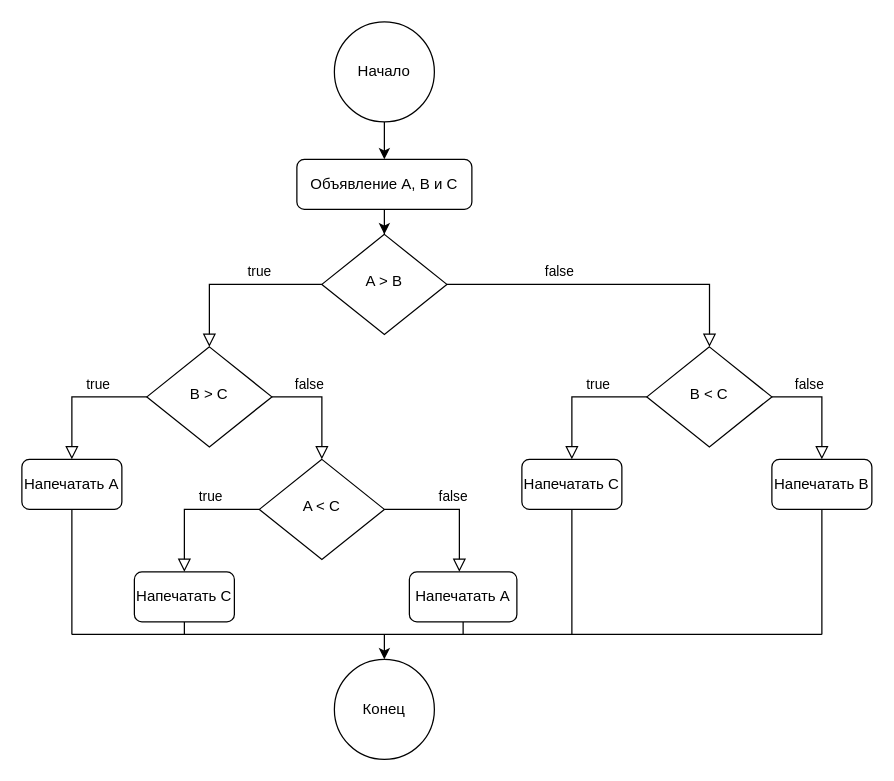
Earlier version of the draw.io diagram Untitled Diagram.drawio (Skafishka/job4j_elementary). Source tidied: cells renumbered, new cells numbered last; positions are measured from the earlier drawing's top-left corner, leaving out a move shared by most shapes. Both pictures are drawn from the tidied source at 125%, with x=0, y=0 at pixel (21, 21).
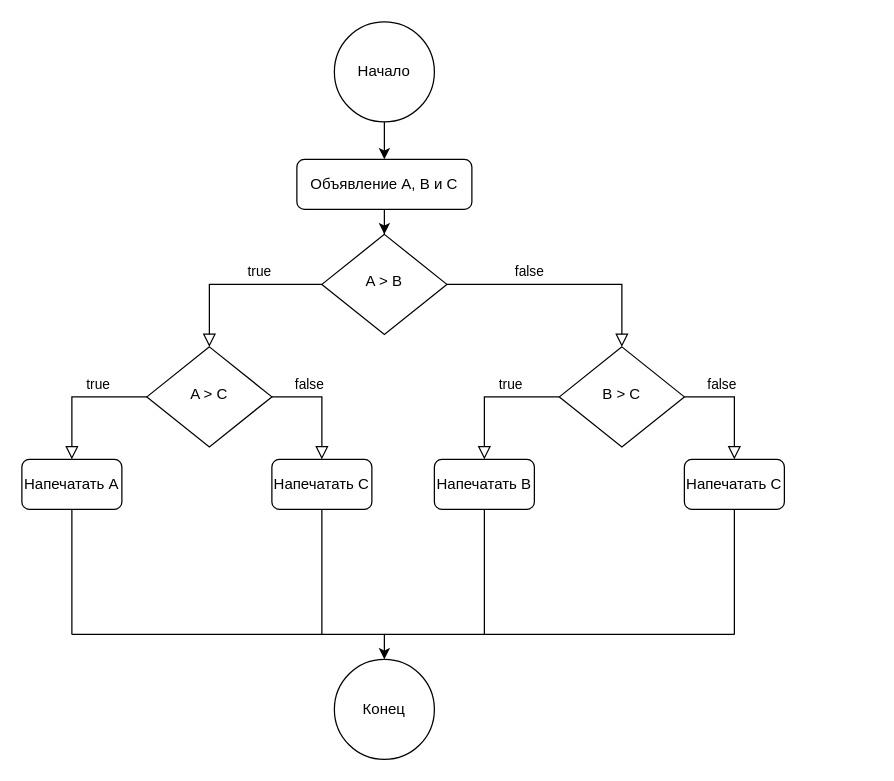
The same page after the edit.

The change refers to these unchanged cells:
```xml
<mxCell id="5" value="A &amp;gt; B" style="rhombus;whiteSpace=wrap;html=1;shadow=0;fontFamily=Helvetica;fontSize=12;align=center;strokeWidth=1;spacing=6;spacingTop=-4;" parent="1" vertex="1">
  <mxGeometry x="240" y="170" width="100" height="80" as="geometry" />
</mxCell>
```

Change to the diagram source:
```diff
@@
     <mxCell id="4" value="false" style="edgeStyle=orthogonalEdgeStyle;rounded=0;html=1;jettySize=auto;fontSize=11;endArrow=block;endFill=0;endSize=8;strokeWidth=1;shadow=0;labelBackgroundColor=none;exitX=1;exitY=0.5;exitDx=0;exitDy=0;" parent="1" edge="1" source="5">
       <mxGeometry x="-0.31" y="10" relative="1" as="geometry">
-        <mxPoint x="550.1" y="260" as="targetPoint" />
+        <mxPoint x="480" y="260" as="targetPoint" />
         <Array as="points">
-          <mxPoint x="550" y="210" />
+          <mxPoint x="480" y="210" />
+          <mxPoint x="480" y="260" />
         </Array>
       </mxGeometry>
     </mxCell>
@@
-    <mxCell id="6" value="false" style="edgeStyle=orthogonalEdgeStyle;rounded=0;html=1;jettySize=auto;fontSize=11;endArrow=block;endFill=0;endSize=8;strokeWidth=1;shadow=0;labelBackgroundColor=none;" parent="1" edge="1" source="7" target="8">
-      <mxGeometry y="10" relative="1" as="geometry">
-        <Array as="points">
-          <mxPoint x="350" y="390" />
-        </Array>
-      </mxGeometry>
-    </mxCell>
-    <mxCell id="7" value="A &amp;lt; C" style="rhombus;whiteSpace=wrap;html=1;shadow=0;fontFamily=Helvetica;fontSize=12;align=center;strokeWidth=1;spacing=6;spacingTop=-4;" parent="1" vertex="1">
-      <mxGeometry x="190" y="350" width="100" height="80" as="geometry" />
-    </mxCell>
-    <mxCell id="8" value="Напечатать А" style="rounded=1;whiteSpace=wrap;html=1;fontSize=12;glass=0;strokeWidth=1;shadow=0;" parent="1" vertex="1">
-      <mxGeometry x="310" y="440" width="86" height="40" as="geometry" />
-    </mxCell>
@@
-    <mxCell id="13" value="B &amp;lt; C" style="rhombus;whiteSpace=wrap;html=1;shadow=0;fontFamily=Helvetica;fontSize=12;align=center;strokeWidth=1;spacing=6;spacingTop=-4;" parent="1" vertex="1">
-      <mxGeometry x="500" y="260" width="100" height="80" as="geometry" />
+    <mxCell id="13" value="B &amp;gt; C" style="rhombus;whiteSpace=wrap;html=1;shadow=0;fontFamily=Helvetica;fontSize=12;align=center;strokeWidth=1;spacing=6;spacingTop=-4;" parent="1" vertex="1">
+      <mxGeometry x="430" y="260" width="100" height="80" as="geometry" />
     </mxCell>
-    <mxCell id="14" value="B &amp;gt; C" style="rhombus;whiteSpace=wrap;html=1;shadow=0;fontFamily=Helvetica;fontSize=12;align=center;strokeWidth=1;spacing=6;spacingTop=-4;" parent="1" vertex="1">
+    <mxCell id="14" value="A &amp;gt; C" style="rhombus;whiteSpace=wrap;html=1;shadow=0;fontFamily=Helvetica;fontSize=12;align=center;strokeWidth=1;spacing=6;spacingTop=-4;" parent="1" vertex="1">
       <mxGeometry x="100" y="260" width="100" height="80" as="geometry" />
     </mxCell>
@@
     <mxCell id="17" value="Напечатать C" style="rounded=1;whiteSpace=wrap;html=1;fontSize=12;glass=0;strokeWidth=1;shadow=0;" parent="1" vertex="1">
-      <mxGeometry x="90" y="440" width="80" height="40" as="geometry" />
+      <mxGeometry x="200" y="350" width="80" height="40" as="geometry" />
     </mxCell>
-    <mxCell id="18" value="true" style="edgeStyle=orthogonalEdgeStyle;rounded=0;html=1;jettySize=auto;orthogonalLoop=1;fontSize=11;endArrow=block;endFill=0;endSize=8;strokeWidth=1;shadow=0;labelBackgroundColor=none;" parent="1" edge="1">
-      <mxGeometry x="-0.29" y="-10" relative="1" as="geometry">
-        <mxPoint x="190" y="390" as="sourcePoint" />
-        <mxPoint x="130" y="440" as="targetPoint" />
-        <Array as="points">
-          <mxPoint x="130" y="390" />
-          <mxPoint x="130" y="440" />
-        </Array>
-      </mxGeometry>
-    </mxCell>
@@
     <mxCell id="20" value="true" style="edgeStyle=orthogonalEdgeStyle;rounded=0;html=1;jettySize=auto;orthogonalLoop=1;fontSize=11;endArrow=block;endFill=0;endSize=8;strokeWidth=1;shadow=0;labelBackgroundColor=none;" parent="1" edge="1">
       <mxGeometry x="-0.29" y="-10" relative="1" as="geometry">
-        <mxPoint x="500" y="300" as="sourcePoint" />
-        <mxPoint x="440" y="350" as="targetPoint" />
+        <mxPoint x="430" y="300" as="sourcePoint" />
+        <mxPoint x="370" y="350" as="targetPoint" />
         <Array as="points">
-          <mxPoint x="440" y="300" />
-          <mxPoint x="440" y="350" />
+          <mxPoint x="370" y="300" />
+          <mxPoint x="370" y="350" />
         </Array>
       </mxGeometry>
     </mxCell>
     <mxCell id="21" value="false" style="edgeStyle=orthogonalEdgeStyle;rounded=0;html=1;jettySize=auto;orthogonalLoop=1;fontSize=11;endArrow=block;endFill=0;endSize=8;strokeWidth=1;shadow=0;labelBackgroundColor=none;" parent="1" edge="1">
       <mxGeometry x="-0.33" y="10" relative="1" as="geometry">
-        <mxPoint x="600" y="300" as="sourcePoint" />
-        <mxPoint x="640" y="350" as="targetPoint" />
+        <mxPoint x="530" y="300" as="sourcePoint" />
+        <mxPoint x="570" y="350" as="targetPoint" />
         <Array as="points">
-          <mxPoint x="600" y="300" />
-          <mxPoint x="640" y="300" />
+          <mxPoint x="530" y="300" />
+          <mxPoint x="570" y="300" />
         </Array>
       </mxGeometry>
     </mxCell>
-    <mxCell id="22" value="Напечатать C" style="rounded=1;whiteSpace=wrap;html=1;fontSize=12;glass=0;strokeWidth=1;shadow=0;" parent="1" vertex="1">
-      <mxGeometry x="400" y="350" width="80" height="40" as="geometry" />
+    <mxCell id="22" value="Напечатать B" style="rounded=1;whiteSpace=wrap;html=1;fontSize=12;glass=0;strokeWidth=1;shadow=0;" parent="1" vertex="1">
+      <mxGeometry x="330" y="350" width="80" height="40" as="geometry" />
     </mxCell>
-    <mxCell id="23" value="Напечатать В" style="rounded=1;whiteSpace=wrap;html=1;fontSize=12;glass=0;strokeWidth=1;shadow=0;" parent="1" vertex="1">
-      <mxGeometry x="600" y="350" width="80" height="40" as="geometry" />
+    <mxCell id="23" value="Напечатать C" style="rounded=1;whiteSpace=wrap;html=1;fontSize=12;glass=0;strokeWidth=1;shadow=0;" parent="1" vertex="1">
+      <mxGeometry x="530" y="350" width="80" height="40" as="geometry" />
     </mxCell>
@@
     <mxCell id="25" style="endArrow=none;html=1;rounded=0;" parent="1" edge="1">
       <mxGeometry relative="1" as="geometry">
         <mxPoint x="40" y="490" as="sourcePoint" />
-        <mxPoint x="640" y="490" as="targetPoint" />
+        <mxPoint x="570" y="490" as="targetPoint" />
       </mxGeometry>
     </mxCell>
     <mxCell id="26" style="endArrow=none;html=1;rounded=0;entryX=0.5;entryY=1;entryDx=0;entryDy=0;" parent="1" edge="1" target="23">
       <mxGeometry relative="1" as="geometry">
-        <mxPoint x="640" y="490" as="sourcePoint" />
+        <mxPoint x="570" y="490" as="sourcePoint" />
       </mxGeometry>
     </mxCell>
     <mxCell id="27" style="endArrow=none;html=1;rounded=0;entryX=0.5;entryY=1;entryDx=0;entryDy=0;" parent="1" edge="1" target="22">
       <mxGeometry relative="1" as="geometry">
-        <mxPoint x="440" y="490" as="sourcePoint" />
+        <mxPoint x="370" y="490" as="sourcePoint" />
       </mxGeometry>
     </mxCell>
-    <mxCell id="28" style="endArrow=none;html=1;rounded=0;exitX=0.5;exitY=1;exitDx=0;exitDy=0;" parent="1" edge="1" source="8">
-      <mxGeometry relative="1" as="geometry">
-        <mxPoint x="353" y="490" as="targetPoint" />
-      </mxGeometry>
-    </mxCell>
     <mxCell id="29" style="endArrow=none;html=1;rounded=0;exitX=0.5;exitY=1;exitDx=0;exitDy=0;" parent="1" edge="1" source="17">
       <mxGeometry relative="1" as="geometry">
-        <mxPoint x="130" y="490" as="targetPoint" />
+        <mxPoint x="240" y="490" as="targetPoint" />
       </mxGeometry>
     </mxCell>
```
